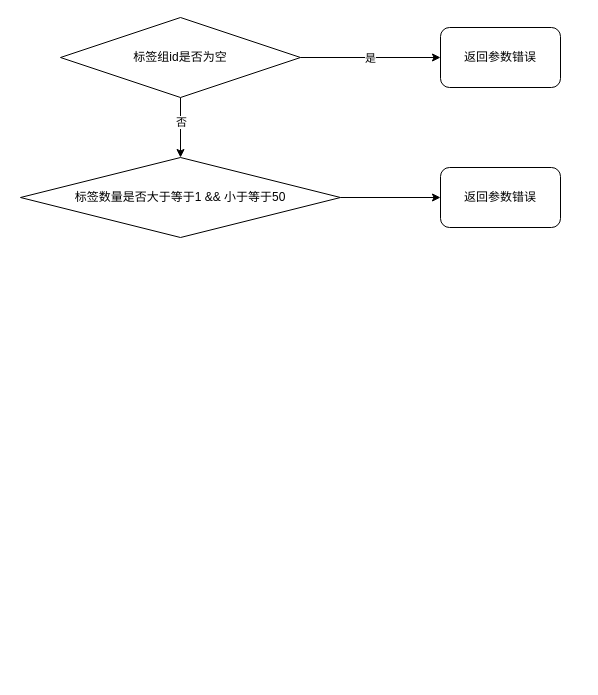
wupei-w/diagrams keeps this draw.io diagram as 打标管理ER图.drawio. Above is the earlier version. Source tidied: cells renumbered, new cells numbered last; positions are measured from the earlier drawing's top-left corner, leaving out a move shared by most shapes. Both pictures are drawn from the tidied source at 100%, with x=0, y=0 at pixel (20, 17).
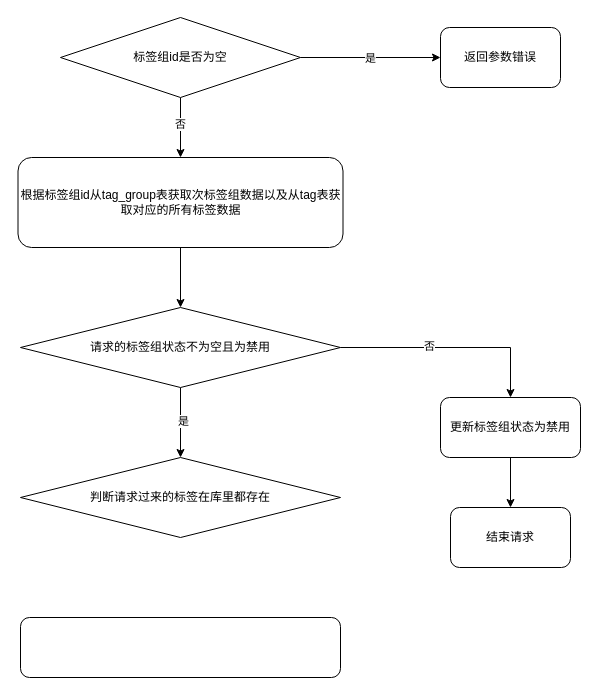
The same page after the edit.

Commit message:
更新打标管理ER图.drawio

The change refers to these unchanged cells:
```xml
<mxCell id="6" value="标签组id是否为空" style="rhombus;whiteSpace=wrap;html=1;" parent="1" vertex="1">
  <mxGeometry x="40" width="240" height="80" as="geometry" />
</mxCell>
```

Diff of the diagram source:
```diff
@@
-    <mxCell id="4" style="edgeStyle=orthogonalEdgeStyle;rounded=0;jettySize=auto;html=1;" parent="1" edge="1" source="6" target="9">
-      <mxGeometry relative="1" as="geometry" />
-    </mxCell>
-    <mxCell id="5" value="否" style="edgeLabel;html=1;align=center;verticalAlign=middle;" parent="4" vertex="1">
-      <mxGeometry x="-0.19" relative="1" as="geometry" />
-    </mxCell>
+    <mxCell id="11" style="edgeStyle=orthogonalEdgeStyle;rounded=0;jettySize=auto;html=1;" parent="1" edge="1" source="6" target="19">
+      <mxGeometry relative="1" as="geometry" />
+    </mxCell>
+    <mxCell id="12" value="否" style="edgeLabel;html=1;align=center;verticalAlign=middle;" parent="11" vertex="1">
+      <mxGeometry x="-0.15" y="-1" relative="1" as="geometry" />
+    </mxCell>
@@
-    <mxCell id="8" style="edgeStyle=orthogonalEdgeStyle;rounded=0;jettySize=auto;html=1;" parent="1" edge="1" source="9" target="10">
-      <mxGeometry relative="1" as="geometry" />
-    </mxCell>
-    <mxCell id="9" value="标签数量是否大于等于1 &amp;amp;&amp;amp; 小于等于50" style="rhombus;whiteSpace=wrap;html=1;" parent="1" vertex="1">
-      <mxGeometry y="140" width="320" height="80" as="geometry" />
-    </mxCell>
-    <mxCell id="10" value="返回参数错误" style="rounded=1;whiteSpace=wrap;html=1;" parent="1" vertex="1">
-      <mxGeometry x="420" y="150" width="120" height="60" as="geometry" />
-    </mxCell>
+    <mxCell id="13" style="edgeStyle=orthogonalEdgeStyle;rounded=0;jettySize=auto;html=1;" parent="1" edge="1" source="17" target="21">
+      <mxGeometry relative="1" as="geometry">
+        <Array as="points">
+          <mxPoint x="490" y="330" />
+        </Array>
+      </mxGeometry>
+    </mxCell>
+    <mxCell id="14" value="否" style="edgeLabel;html=1;align=center;verticalAlign=middle;" parent="13" vertex="1">
+      <mxGeometry x="-0.2" y="2" relative="1" as="geometry" />
+    </mxCell>
+    <mxCell id="15" style="edgeStyle=orthogonalEdgeStyle;rounded=0;jettySize=auto;html=1;" parent="1" edge="1" source="17" target="22">
+      <mxGeometry relative="1" as="geometry" />
+    </mxCell>
+    <mxCell id="16" value="是" style="edgeLabel;html=1;align=center;verticalAlign=middle;" parent="15" vertex="1">
+      <mxGeometry x="-0.07" y="2" relative="1" as="geometry" />
+    </mxCell>
+    <mxCell id="17" value="请求的标签组状态不为空且为禁用" style="rhombus;whiteSpace=wrap;html=1;" parent="1" vertex="1">
+      <mxGeometry y="290" width="320" height="80" as="geometry" />
+    </mxCell>
+    <mxCell id="18" style="edgeStyle=orthogonalEdgeStyle;rounded=0;jettySize=auto;html=1;" parent="1" edge="1" source="19" target="17">
+      <mxGeometry relative="1" as="geometry" />
+    </mxCell>
+    <mxCell id="19" value="根据标签组id从tag_group表获取次标签组数据以及从tag表获取对应的所有标签数据" style="rounded=1;whiteSpace=wrap;html=1;" parent="1" vertex="1">
+      <mxGeometry x="-2.5" y="140" width="325" height="90" as="geometry" />
+    </mxCell>
+    <mxCell id="20" style="edgeStyle=orthogonalEdgeStyle;rounded=0;jettySize=auto;html=1;" parent="1" edge="1" source="21" target="24">
+      <mxGeometry relative="1" as="geometry" />
+    </mxCell>
+    <mxCell id="21" value="更新标签组状态为禁用" style="rounded=1;whiteSpace=wrap;html=1;" parent="1" vertex="1">
+      <mxGeometry x="420" y="380" width="140" height="60" as="geometry" />
+    </mxCell>
+    <mxCell id="22" value="判断请求过来的标签在库里都存在" style="rhombus;whiteSpace=wrap;html=1;" parent="1" vertex="1">
+      <mxGeometry y="440" width="320" height="80" as="geometry" />
+    </mxCell>
+    <mxCell id="23" style="rounded=1;whiteSpace=wrap;html=1;" parent="1" vertex="1">
+      <mxGeometry y="600" width="320" height="60" as="geometry" />
+    </mxCell>
+    <mxCell id="24" value="结束请求" style="rounded=1;whiteSpace=wrap;html=1;" parent="1" vertex="1">
+      <mxGeometry x="430" y="490" width="120" height="60" as="geometry" />
+    </mxCell>
```
